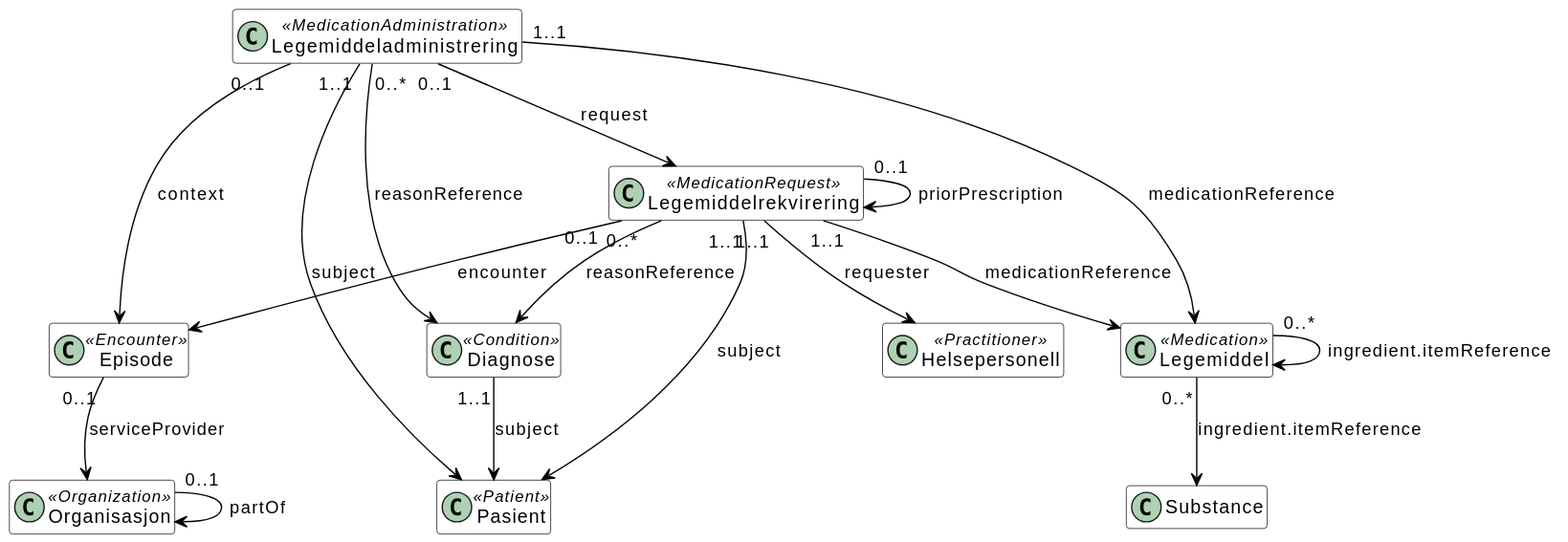
Above: LMDI/input/images/informasjonsmodell-enkel.svg in folkehelseinstituttet/LMDI (PlantUML), before the change. Its diagram source:
```plantuml
@startuml
hide empty members
skinparam class {
    BackgroundColor White
    ArrowColor Black
    BorderColor Black
}

class Diagnose <<Condition>> [[StructureDefinition-lmdi-condition.html Diagnose _blank]]
class Episode <<Encounter>> [[StructureDefinition-lmdi-encounter.html Episode _blank]]
class Helsepersonell <<Practitioner>> [[StructureDefinition-lmdi-practitioner.html Helsepersonell _blank]]
class Legemiddel <<Medication>> [[StructureDefinition-lmdi-medication.html Legemiddel _blank]]
class Legemiddeladministrering <<MedicationAdministration>> [[StructureDefinition-lmdi-medicationadministration.html Legemiddeladministrering _blank]]
class Legemiddelrekvirering <<MedicationRequest>> [[StructureDefinition-lmdi-medicationrequest.html Legemiddelrekvirering _blank]]
class Organisasjon <<Organization>> [[StructureDefinition-lmdi-organization.html Organisasjon _blank]]
class Pasient <<Patient>> [[StructureDefinition-lmdi-patient.html Pasient _blank]]
class Substance [[https://hl7.org/fhir/R4/substance.html Substance _blank]]

Diagnose "1..1" --> Pasient : "subject"
Episode "0..1" --> Organisasjon : "serviceProvider"
Legemiddel "0..*" --> Substance : "ingredient.itemReference"
Legemiddel "0..*" --> Legemiddel : "ingredient.itemReference"
Legemiddeladministrering "1..1" --> Legemiddel : "medicationReference"
Legemiddeladministrering "1..1" --> Pasient : "subject"
Legemiddeladministrering "0..1" --> Episode : "context"
Legemiddeladministrering "0..*" --> Diagnose : "reasonReference"
Legemiddeladministrering "0..1" --> Legemiddelrekvirering : "request"
Legemiddelrekvirering "1..1" --> Legemiddel : "medicationReference"
Legemiddelrekvirering "1..1" --> Pasient : "subject"
Legemiddelrekvirering "0..1" --> Episode : "encounter"
Legemiddelrekvirering "1..1" --> Helsepersonell : "requester"
Legemiddelrekvirering "0..*" --> Diagnose : "reasonReference"
Legemiddelrekvirering "0..1" --> Legemiddelrekvirering : "priorPrescription"
Organisasjon "0..1" --> Organisasjon : "partOf"
@enduml
```
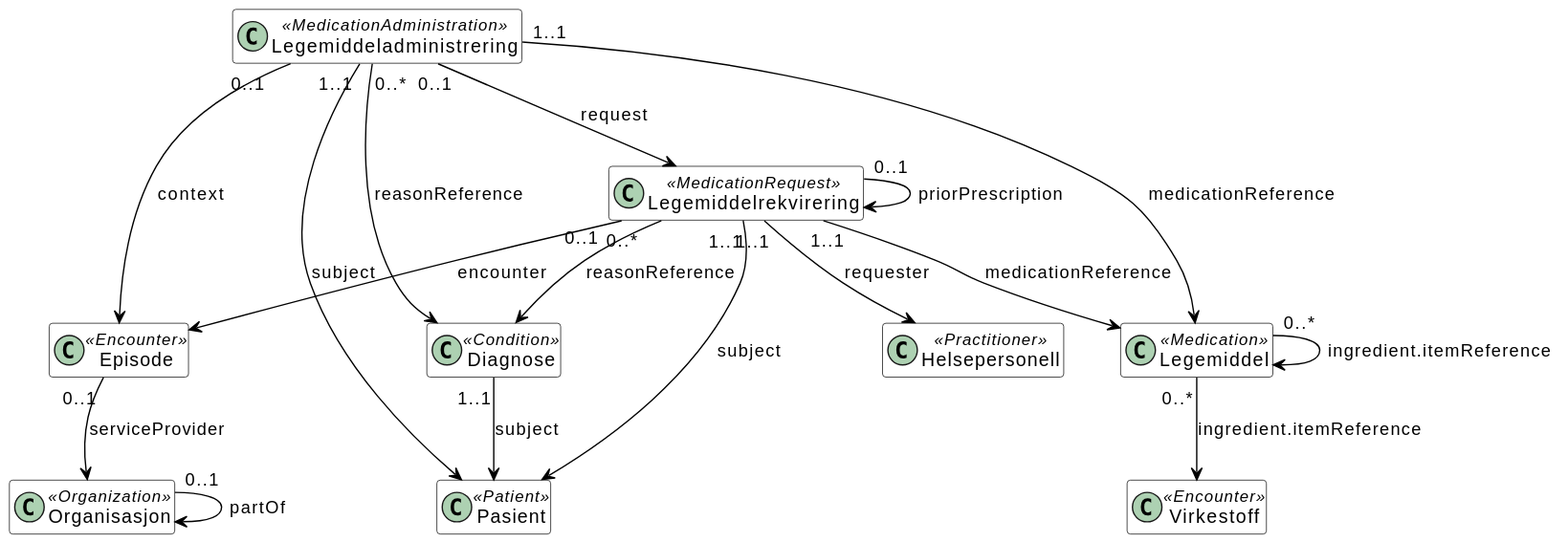
The same diagram one commit later.

The edit, as a diff of the source:
```diff
@@ -14,11 +14,11 @@
 class Legemiddelrekvirering <<MedicationRequest>> [[StructureDefinition-lmdi-medicationrequest.html Legemiddelrekvirering _blank]]
 class Organisasjon <<Organization>> [[StructureDefinition-lmdi-organization.html Organisasjon _blank]]
 class Pasient <<Patient>> [[StructureDefinition-lmdi-patient.html Pasient _blank]]
-class Substance [[https://hl7.org/fhir/R4/substance.html Substance _blank]]
+class Virkestoff <<Encounter>> [[StructureDefinition-lmdi-substance.html Virkestoff _blank]]
 
 Diagnose "1..1" --> Pasient : "subject"
 Episode "0..1" --> Organisasjon : "serviceProvider"
-Legemiddel "0..*" --> Substance : "ingredient.itemReference"
+Legemiddel "0..*" --> Virkestoff : "ingredient.itemReference"
 Legemiddel "0..*" --> Legemiddel : "ingredient.itemReference"
 Legemiddeladministrering "1..1" --> Legemiddel : "medicationReference"
 Legemiddeladministrering "1..1" --> Pasient : "subject"
```
